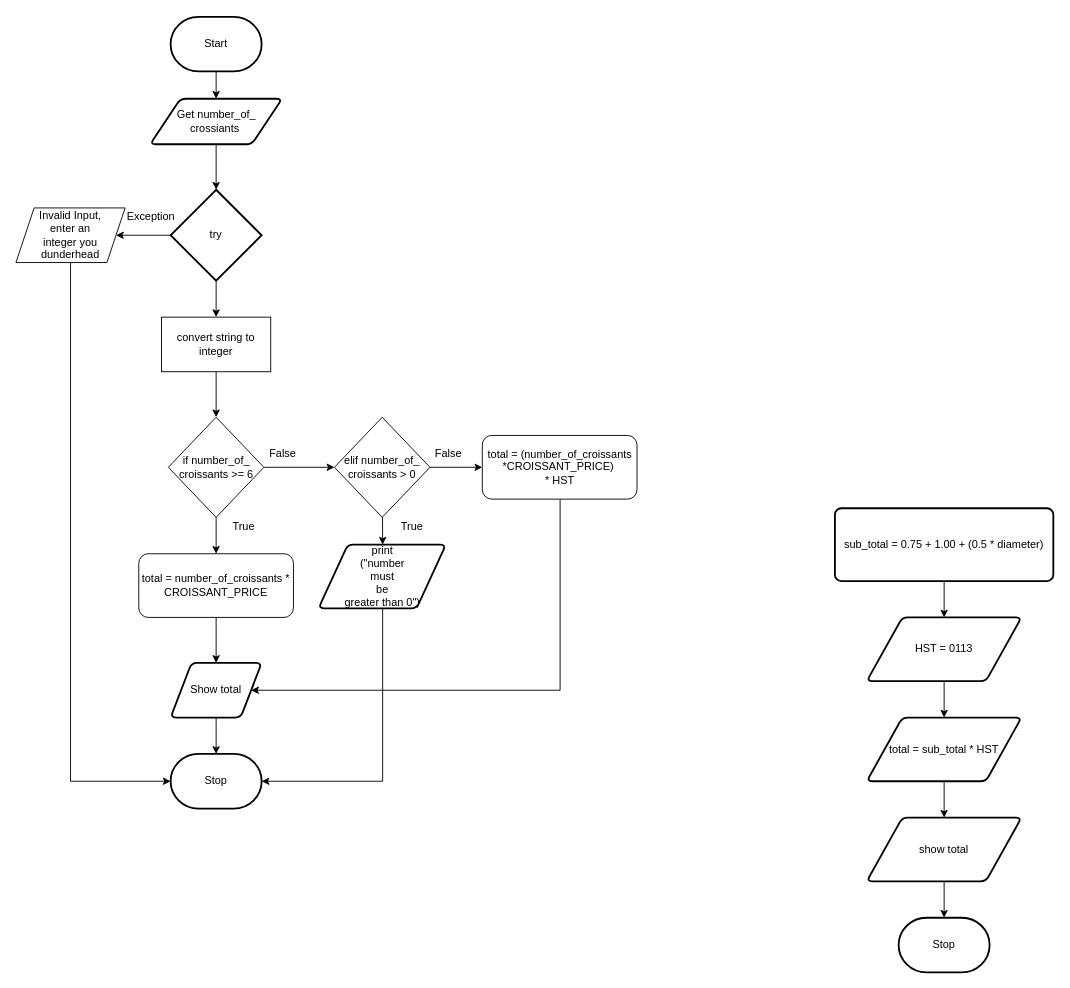
This is flowchart.drawio from Huzaifa-Khalid-2/ICS3U-Assigment4-Python, a draw.io file, before an edit. Source tidied: cells renumbered, new cells numbered last; positions are measured from the earlier drawing's top-left corner, leaving out a move shared by most shapes. Both pictures are drawn from the tidied source at 91%, with x=0, y=0 at pixel (15, 16).
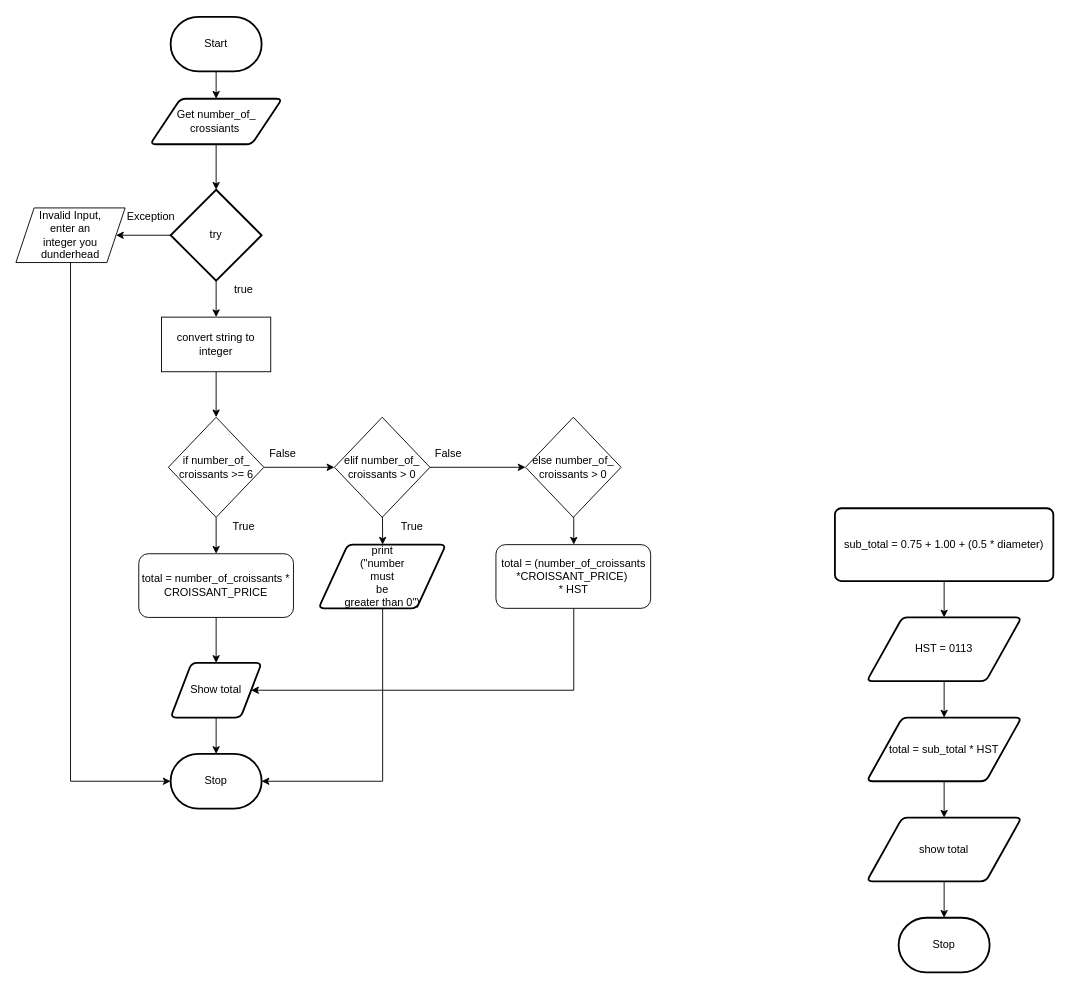
The same page after the edit.

The change refers to these unchanged cells:
```xml
<mxCell id="31" value="elif number_of_&lt;br&gt;croissants &amp;gt; 0" style="rhombus;whiteSpace=wrap;html=1;direction=south;" parent="1" vertex="1">
  <mxGeometry x="350" y="440" width="105" height="110" as="geometry" />
</mxCell>
<mxCell id="34" value="Show total" style="shape=parallelogram;html=1;strokeWidth=2;perimeter=parallelogramPerimeter;whiteSpace=wrap;rounded=1;arcSize=12;size=0.23;" parent="1" vertex="1">
  <mxGeometry x="170" y="710" width="100" height="60" as="geometry" />
</mxCell>
```

What changed in the source:
```diff
@@
-    <mxCell id="30" style="edgeStyle=none;html=1;entryX=0;entryY=0.5;entryDx=0;entryDy=0;" parent="1" edge="1" source="31" target="39">
-      <mxGeometry relative="1" as="geometry" />
+    <mxCell id="30" style="edgeStyle=none;html=1;" parent="1" edge="1" source="31">
+      <mxGeometry relative="1" as="geometry">
+        <mxPoint x="560" y="495" as="targetPoint" />
+      </mxGeometry>
     </mxCell>
@@
     <mxCell id="38" style="edgeStyle=elbowEdgeStyle;html=1;entryX=1;entryY=0.5;entryDx=0;entryDy=0;strokeColor=default;rounded=0;" parent="1" edge="1" source="39" target="34">
       <mxGeometry relative="1" as="geometry">
         <Array as="points">
+          <mxPoint x="613" y="680" />
           <mxPoint x="598" y="660" />
         </Array>
       </mxGeometry>
     </mxCell>
     <mxCell id="39" value="total = (number_of_croissants *CROISSANT_PRICE)&amp;nbsp;&lt;br&gt;* HST" style="rounded=1;whiteSpace=wrap;html=1;" parent="1" vertex="1">
-      <mxGeometry x="512.5" y="460" width="170" height="70" as="geometry" />
+      <mxGeometry x="527.5" y="580" width="170" height="70" as="geometry" />
     </mxCell>
@@
+    <mxCell id="42" value="true" style="text;html=1;align=center;verticalAlign=middle;strokeColor=none;fillColor=none;" parent="1" vertex="1">
+      <mxGeometry x="230" y="290" width="40" height="20" as="geometry" />
+    </mxCell>
+    <mxCell id="43" style="edgeStyle=elbowEdgeStyle;rounded=0;html=1;strokeColor=default;" parent="1" edge="1" source="44" target="39">
+      <mxGeometry relative="1" as="geometry" />
+    </mxCell>
+    <mxCell id="44" value="else number_of_&lt;br&gt;croissants &amp;gt; 0" style="rhombus;whiteSpace=wrap;html=1;direction=south;" parent="1" vertex="1">
+      <mxGeometry x="560" y="440" width="105" height="110" as="geometry" />
+    </mxCell>
```
